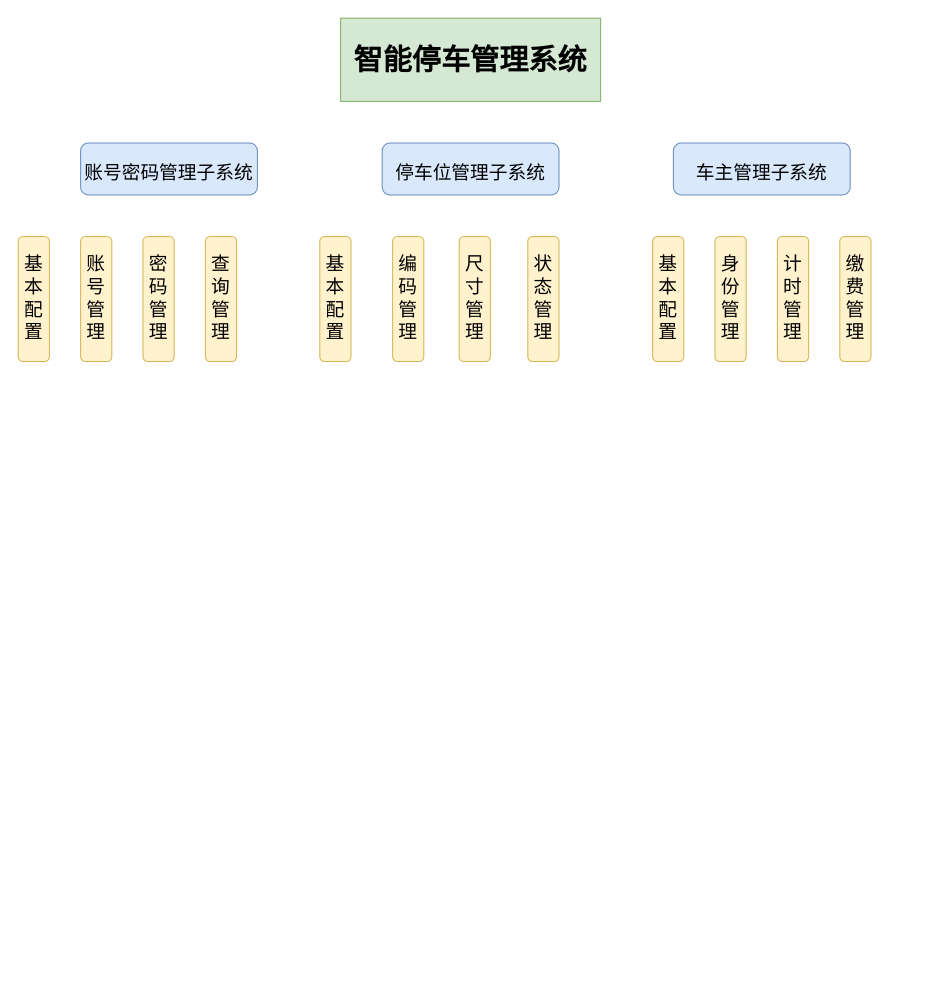
padresvater/notebook keeps this draw.io diagram as Untitled Diagram.drawio. Above is the earlier version. Source tidied: cells renumbered, new cells numbered last; positions are measured from the earlier drawing's top-left corner, leaving out a move shared by most shapes. Both pictures are drawn from the tidied source at 104%, with x=0, y=0 at pixel (18, 18).
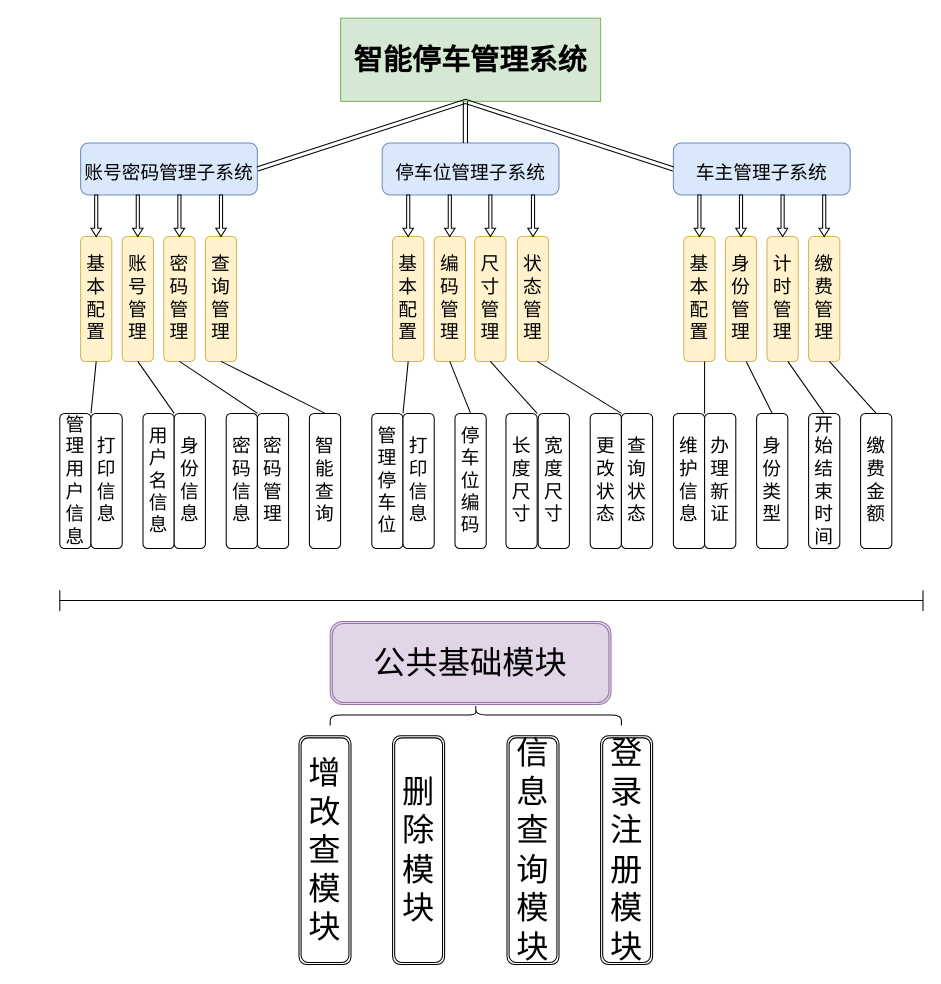
The same diagram, later.

The change refers to these unchanged cells:
```xml
<mxCell id="3" value="&lt;font style=&quot;font-size: 18px&quot;&gt;账号密码管理子系统&lt;/font&gt;" style="rounded=1;whiteSpace=wrap;html=1;fontSize=28;fillColor=#dae8fc;strokeColor=#6c8ebf;" parent="1" vertex="1">
  <mxGeometry x="60" y="120" width="170" height="50" as="geometry" />
</mxCell>
<mxCell id="5" value="&lt;span style=&quot;font-size: 18px&quot;&gt;车主管理子系统&lt;/span&gt;" style="rounded=1;whiteSpace=wrap;html=1;fontSize=28;fillColor=#dae8fc;strokeColor=#6c8ebf;" parent="1" vertex="1">
  <mxGeometry x="630" y="120" width="170" height="50" as="geometry" />
</mxCell>
<mxCell id="9" value="查询管理" style="rounded=1;whiteSpace=wrap;html=1;fontSize=18;direction=south;fillColor=#fff2cc;strokeColor=#d6b656;" parent="1" vertex="1">
  <mxGeometry x="180" y="210" width="30" height="120" as="geometry" />
</mxCell>
```

The edit, as a diff of the source:
```diff
@@
     <mxCell id="6" value="基本配置" style="rounded=1;whiteSpace=wrap;html=1;fontSize=18;direction=south;fillColor=#fff2cc;strokeColor=#d6b656;" parent="1" vertex="1">
-      <mxGeometry y="210" width="30" height="120" as="geometry" />
+      <mxGeometry x="60" y="210" width="30" height="120" as="geometry" />
     </mxCell>
     <mxCell id="7" value="账号管理" style="rounded=1;whiteSpace=wrap;html=1;fontSize=18;direction=south;fillColor=#fff2cc;strokeColor=#d6b656;" parent="1" vertex="1">
-      <mxGeometry x="60" y="210" width="30" height="120" as="geometry" />
+      <mxGeometry x="100" y="210" width="30" height="120" as="geometry" />
     </mxCell>
     <mxCell id="8" value="密码管理" style="rounded=1;whiteSpace=wrap;html=1;fontSize=18;direction=south;fillColor=#fff2cc;strokeColor=#d6b656;" parent="1" vertex="1">
-      <mxGeometry x="120" y="210" width="30" height="120" as="geometry" />
+      <mxGeometry x="140" y="210" width="30" height="120" as="geometry" />
     </mxCell>
@@
     <mxCell id="10" value="基本配置" style="rounded=1;whiteSpace=wrap;html=1;fontSize=18;direction=south;fillColor=#fff2cc;strokeColor=#d6b656;" parent="1" vertex="1">
-      <mxGeometry x="290" y="210" width="30" height="120" as="geometry" />
+      <mxGeometry x="360" y="210" width="30" height="120" as="geometry" />
     </mxCell>
     <mxCell id="11" value="编码管理" style="rounded=1;whiteSpace=wrap;html=1;fontSize=18;direction=south;fillColor=#fff2cc;strokeColor=#d6b656;" parent="1" vertex="1">
-      <mxGeometry x="360" y="210" width="30" height="120" as="geometry" />
+      <mxGeometry x="400" y="210" width="30" height="120" as="geometry" />
     </mxCell>
     <mxCell id="12" value="尺寸管理" style="rounded=1;whiteSpace=wrap;html=1;fontSize=18;direction=south;fillColor=#fff2cc;strokeColor=#d6b656;" parent="1" vertex="1">
-      <mxGeometry x="424" y="210" width="30" height="120" as="geometry" />
+      <mxGeometry x="439" y="210" width="30" height="120" as="geometry" />
     </mxCell>
     <mxCell id="13" value="状态管理" style="rounded=1;whiteSpace=wrap;html=1;fontSize=18;direction=south;fillColor=#fff2cc;strokeColor=#d6b656;" parent="1" vertex="1">
-      <mxGeometry x="490" y="210" width="30" height="120" as="geometry" />
+      <mxGeometry x="480" y="210" width="30" height="120" as="geometry" />
     </mxCell>
     <mxCell id="14" value="基本配置" style="rounded=1;whiteSpace=wrap;html=1;fontSize=18;direction=south;fillColor=#fff2cc;strokeColor=#d6b656;" parent="1" vertex="1">
-      <mxGeometry x="610" y="210" width="30" height="120" as="geometry" />
+      <mxGeometry x="640" y="210" width="30" height="120" as="geometry" />
     </mxCell>
     <mxCell id="15" value="身份管理" style="rounded=1;whiteSpace=wrap;html=1;fontSize=18;direction=south;fillColor=#fff2cc;strokeColor=#d6b656;" parent="1" vertex="1">
-      <mxGeometry x="670" y="210" width="30" height="120" as="geometry" />
+      <mxGeometry x="680" y="210" width="30" height="120" as="geometry" />
     </mxCell>
     <mxCell id="16" value="计时管理" style="rounded=1;whiteSpace=wrap;html=1;fontSize=18;direction=south;fillColor=#fff2cc;strokeColor=#d6b656;" parent="1" vertex="1">
-      <mxGeometry x="730" y="210" width="30" height="120" as="geometry" />
+      <mxGeometry x="720" y="210" width="30" height="120" as="geometry" />
     </mxCell>
+    <mxCell id="18" style="edgeStyle=orthogonalEdgeStyle;rounded=0;jettySize=auto;html=1;exitX=0.5;exitY=1;exitDx=0;exitDy=0;fontSize=18;fontColor=#000000;" parent="1" edge="1" source="17">
+      <mxGeometry relative="1" as="geometry">
+        <mxPoint x="770" y="270" as="targetPoint" />
+      </mxGeometry>
+    </mxCell>
     <mxCell id="17" value="缴费管理" style="rounded=1;whiteSpace=wrap;html=1;fontSize=18;direction=south;fillColor=#fff2cc;strokeColor=#d6b656;" parent="1" vertex="1">
-      <mxGeometry x="790" y="210" width="30" height="120" as="geometry" />
+      <mxGeometry x="760" y="210" width="30" height="120" as="geometry" />
     </mxCell>
+    <mxCell id="19" style="shape=link;html=1;rounded=0;fontSize=18;fontColor=#000000;exitX=1;exitY=0.5;exitDx=0;exitDy=0;entryX=0;entryY=0.5;entryDx=0;entryDy=0;" parent="1" edge="1" source="3" target="5">
+      <mxGeometry relative="1" as="geometry">
+        <Array as="points">
+          <mxPoint x="430" y="80" />
+        </Array>
+      </mxGeometry>
+    </mxCell>
+    <mxCell id="20" style="shape=link;html=1;rounded=0;fontSize=18;fontColor=#000000;" parent="1" edge="1">
+      <mxGeometry relative="1" as="geometry">
+        <mxPoint x="430" y="120" as="sourcePoint" />
+        <mxPoint x="430" y="80" as="targetPoint" />
+      </mxGeometry>
+    </mxCell>
+    <mxCell id="21" style="shape=singleArrow;direction=south;whiteSpace=wrap;html=1;fontSize=18;fontColor=#000000;" parent="1" vertex="1">
+      <mxGeometry x="70" y="170" width="10" height="40" as="geometry" />
+    </mxCell>
+    <mxCell id="22" style="shape=singleArrow;direction=south;whiteSpace=wrap;html=1;fontSize=18;fontColor=#000000;" parent="1" vertex="1">
+      <mxGeometry x="110" y="170" width="10" height="40" as="geometry" />
+    </mxCell>
+    <mxCell id="23" style="shape=singleArrow;direction=south;whiteSpace=wrap;html=1;fontSize=18;fontColor=#000000;" parent="1" vertex="1">
+      <mxGeometry x="150" y="170" width="10" height="40" as="geometry" />
+    </mxCell>
+    <mxCell id="24" style="shape=singleArrow;direction=south;whiteSpace=wrap;html=1;fontSize=18;fontColor=#000000;" parent="1" vertex="1">
+      <mxGeometry x="190" y="170" width="10" height="40" as="geometry" />
+    </mxCell>
+    <mxCell id="25" style="shape=singleArrow;direction=south;whiteSpace=wrap;html=1;fontSize=18;fontColor=#000000;" parent="1" vertex="1">
+      <mxGeometry x="370" y="170" width="10" height="40" as="geometry" />
+    </mxCell>
+    <mxCell id="26" style="shape=singleArrow;direction=south;whiteSpace=wrap;html=1;fontSize=18;fontColor=#000000;" parent="1" vertex="1">
+      <mxGeometry x="410" y="170" width="10" height="40" as="geometry" />
+    </mxCell>
+    <mxCell id="27" style="shape=singleArrow;direction=south;whiteSpace=wrap;html=1;fontSize=18;fontColor=#000000;" parent="1" vertex="1">
+      <mxGeometry x="449" y="170" width="10" height="40" as="geometry" />
+    </mxCell>
+    <mxCell id="28" style="shape=singleArrow;direction=south;whiteSpace=wrap;html=1;fontSize=18;fontColor=#000000;" parent="1" vertex="1">
+      <mxGeometry x="490" y="170" width="10" height="40" as="geometry" />
+    </mxCell>
+    <mxCell id="29" style="shape=singleArrow;direction=south;whiteSpace=wrap;html=1;fontSize=18;fontColor=#000000;" parent="1" vertex="1">
+      <mxGeometry x="650" y="170" width="10" height="40" as="geometry" />
+    </mxCell>
+    <mxCell id="30" style="shape=singleArrow;direction=south;whiteSpace=wrap;html=1;fontSize=18;fontColor=#000000;" parent="1" vertex="1">
+      <mxGeometry x="690" y="170" width="10" height="40" as="geometry" />
+    </mxCell>
+    <mxCell id="31" style="shape=singleArrow;direction=south;whiteSpace=wrap;html=1;fontSize=18;fontColor=#000000;" parent="1" vertex="1">
+      <mxGeometry x="730" y="170" width="10" height="40" as="geometry" />
+    </mxCell>
+    <mxCell id="32" style="shape=singleArrow;direction=south;whiteSpace=wrap;html=1;fontSize=18;fontColor=#000000;" parent="1" vertex="1">
+      <mxGeometry x="770" y="170" width="10" height="40" as="geometry" />
+    </mxCell>
+    <mxCell id="33" value="管理用户信息" style="rounded=1;whiteSpace=wrap;html=1;fontSize=18;fontColor=#000000;" parent="1" vertex="1">
+      <mxGeometry x="40" y="380" width="30" height="130" as="geometry" />
+    </mxCell>
+    <mxCell id="34" value="打印信息" style="rounded=1;whiteSpace=wrap;html=1;fontSize=18;fontColor=#000000;" parent="1" vertex="1">
+      <mxGeometry x="70" y="380" width="30" height="130" as="geometry" />
+    </mxCell>
+    <mxCell id="35" value="用户名信息" style="rounded=1;whiteSpace=wrap;html=1;fontSize=18;fontColor=#000000;" parent="1" vertex="1">
+      <mxGeometry x="120" y="380" width="30" height="130" as="geometry" />
+    </mxCell>
+    <mxCell id="36" value="身份信息" style="rounded=1;whiteSpace=wrap;html=1;fontSize=18;fontColor=#000000;" parent="1" vertex="1">
+      <mxGeometry x="150" y="380" width="30" height="130" as="geometry" />
+    </mxCell>
+    <mxCell id="37" value="密码信息" style="rounded=1;whiteSpace=wrap;html=1;fontSize=18;fontColor=#000000;" parent="1" vertex="1">
+      <mxGeometry x="200" y="380" width="30" height="130" as="geometry" />
+    </mxCell>
+    <mxCell id="38" value="密码管理" style="rounded=1;whiteSpace=wrap;html=1;fontSize=18;fontColor=#000000;" parent="1" vertex="1">
+      <mxGeometry x="230" y="380" width="30" height="130" as="geometry" />
+    </mxCell>
+    <mxCell id="39" value="智能查询" style="rounded=1;whiteSpace=wrap;html=1;fontSize=18;fontColor=#000000;" parent="1" vertex="1">
+      <mxGeometry x="280" y="380" width="30" height="130" as="geometry" />
+    </mxCell>
+    <mxCell id="40" value="管理停车位" style="rounded=1;whiteSpace=wrap;html=1;fontSize=18;fontColor=#000000;" parent="1" vertex="1">
+      <mxGeometry x="340" y="380" width="30" height="130" as="geometry" />
+    </mxCell>
+    <mxCell id="41" value="打印信息" style="rounded=1;whiteSpace=wrap;html=1;fontSize=18;fontColor=#000000;" parent="1" vertex="1">
+      <mxGeometry x="370" y="380" width="30" height="130" as="geometry" />
+    </mxCell>
+    <mxCell id="42" value="停车位编码" style="rounded=1;whiteSpace=wrap;html=1;fontSize=18;fontColor=#000000;" parent="1" vertex="1">
+      <mxGeometry x="420" y="380" width="30" height="130" as="geometry" />
+    </mxCell>
+    <mxCell id="43" style="edgeStyle=orthogonalEdgeStyle;rounded=0;jettySize=auto;html=1;exitX=1;exitY=0.75;exitDx=0;exitDy=0;fontSize=18;fontColor=#000000;" parent="1" edge="1" source="44">
+      <mxGeometry relative="1" as="geometry">
+        <mxPoint x="490" y="478" as="targetPoint" />
+      </mxGeometry>
+    </mxCell>
+    <mxCell id="44" value="长度尺寸" style="rounded=1;whiteSpace=wrap;html=1;fontSize=18;fontColor=#000000;" parent="1" vertex="1">
+      <mxGeometry x="469" y="380" width="30" height="130" as="geometry" />
+    </mxCell>
+    <mxCell id="45" value="宽度尺寸" style="rounded=1;whiteSpace=wrap;html=1;fontSize=18;fontColor=#000000;" parent="1" vertex="1">
+      <mxGeometry x="500" y="380" width="30" height="130" as="geometry" />
+    </mxCell>
+    <mxCell id="46" value="更改状态" style="rounded=1;whiteSpace=wrap;html=1;fontSize=18;fontColor=#000000;" parent="1" vertex="1">
+      <mxGeometry x="550" y="380" width="30" height="130" as="geometry" />
+    </mxCell>
+    <mxCell id="47" value="查询状态" style="rounded=1;whiteSpace=wrap;html=1;fontSize=18;fontColor=#000000;" parent="1" vertex="1">
+      <mxGeometry x="580" y="380" width="30" height="130" as="geometry" />
+    </mxCell>
+    <mxCell id="48" value="维护信息" style="rounded=1;whiteSpace=wrap;html=1;fontSize=18;fontColor=#000000;" parent="1" vertex="1">
+      <mxGeometry x="630" y="380" width="30" height="130" as="geometry" />
+    </mxCell>
+    <mxCell id="49" value="办理新证" style="rounded=1;whiteSpace=wrap;html=1;fontSize=18;fontColor=#000000;" parent="1" vertex="1">
+      <mxGeometry x="660" y="380" width="30" height="130" as="geometry" />
+    </mxCell>
+    <mxCell id="50" value="身份类型" style="rounded=1;whiteSpace=wrap;html=1;fontSize=18;fontColor=#000000;" parent="1" vertex="1">
+      <mxGeometry x="710" y="380" width="30" height="130" as="geometry" />
+    </mxCell>
+    <mxCell id="51" value="开始结束时间" style="rounded=1;whiteSpace=wrap;html=1;fontSize=18;fontColor=#000000;" parent="1" vertex="1">
+      <mxGeometry x="760" y="380" width="30" height="130" as="geometry" />
+    </mxCell>
+    <mxCell id="52" value="缴费金额" style="rounded=1;whiteSpace=wrap;html=1;fontSize=18;fontColor=#000000;" parent="1" vertex="1">
+      <mxGeometry x="810" y="380" width="30" height="130" as="geometry" />
+    </mxCell>
+    <mxCell id="53" style="endArrow=none;html=1;rounded=0;fontSize=18;fontColor=#000000;exitX=0;exitY=0;exitDx=0;exitDy=0;entryX=1;entryY=0.5;entryDx=0;entryDy=0;" parent="1" edge="1" source="34" target="6">
+      <mxGeometry relative="1" as="geometry" />
+    </mxCell>
+    <mxCell id="54" style="endArrow=none;html=1;rounded=0;fontSize=18;fontColor=#000000;entryX=1;entryY=0.5;entryDx=0;entryDy=0;" parent="1" edge="1" target="7">
+      <mxGeometry relative="1" as="geometry">
+        <mxPoint x="150" y="380" as="sourcePoint" />
+      </mxGeometry>
+    </mxCell>
+    <mxCell id="55" style="endArrow=none;html=1;rounded=0;fontSize=18;fontColor=#000000;entryX=1;entryY=0.5;entryDx=0;entryDy=0;exitX=0;exitY=0;exitDx=0;exitDy=0;" parent="1" edge="1" source="38" target="8">
+      <mxGeometry relative="1" as="geometry" />
+    </mxCell>
+    <mxCell id="56" style="endArrow=none;html=1;rounded=0;fontSize=18;fontColor=#000000;entryX=1;entryY=0.5;entryDx=0;entryDy=0;exitX=0.5;exitY=0;exitDx=0;exitDy=0;" parent="1" edge="1" source="39" target="9">
+      <mxGeometry relative="1" as="geometry" />
+    </mxCell>
+    <mxCell id="57" style="endArrow=none;html=1;rounded=0;fontSize=18;fontColor=#000000;entryX=1;entryY=0.5;entryDx=0;entryDy=0;exitX=1;exitY=0;exitDx=0;exitDy=0;" parent="1" edge="1" source="40" target="10">
+      <mxGeometry relative="1" as="geometry" />
+    </mxCell>
+    <mxCell id="58" style="endArrow=none;html=1;rounded=0;fontSize=18;fontColor=#000000;entryX=1;entryY=0.5;entryDx=0;entryDy=0;exitX=0.5;exitY=0;exitDx=0;exitDy=0;" parent="1" edge="1" source="42" target="11">
+      <mxGeometry relative="1" as="geometry" />
+    </mxCell>
+    <mxCell id="59" style="endArrow=none;html=1;rounded=0;fontSize=18;fontColor=#000000;exitX=1;exitY=0;exitDx=0;exitDy=0;" parent="1" edge="1" source="44">
+      <mxGeometry relative="1" as="geometry">
+        <mxPoint x="454" y="330" as="targetPoint" />
+      </mxGeometry>
+    </mxCell>
+    <mxCell id="60" style="endArrow=none;html=1;rounded=0;fontSize=18;fontColor=#000000;exitX=1;exitY=0;exitDx=0;exitDy=0;" parent="1" edge="1" source="46">
+      <mxGeometry relative="1" as="geometry">
+        <mxPoint x="499" y="330" as="targetPoint" />
+      </mxGeometry>
+    </mxCell>
+    <mxCell id="61" style="endArrow=none;html=1;rounded=0;fontSize=18;fontColor=#000000;exitX=1;exitY=0;exitDx=0;exitDy=0;" parent="1" edge="1" source="48">
+      <mxGeometry relative="1" as="geometry">
+        <mxPoint x="660" y="330" as="targetPoint" />
+      </mxGeometry>
+    </mxCell>
+    <mxCell id="62" style="endArrow=none;html=1;rounded=0;fontSize=18;fontColor=#000000;exitX=0.5;exitY=0;exitDx=0;exitDy=0;" parent="1" edge="1" source="50">
+      <mxGeometry relative="1" as="geometry">
+        <mxPoint x="700" y="330" as="targetPoint" />
+      </mxGeometry>
+    </mxCell>
+    <mxCell id="63" style="endArrow=none;html=1;rounded=0;fontSize=18;fontColor=#000000;exitX=0.5;exitY=0;exitDx=0;exitDy=0;" parent="1" edge="1" source="51">
+      <mxGeometry relative="1" as="geometry">
+        <mxPoint x="740" y="330" as="targetPoint" />
+      </mxGeometry>
+    </mxCell>
+    <mxCell id="64" style="endArrow=none;html=1;rounded=0;fontSize=18;fontColor=#000000;exitX=0.5;exitY=0;exitDx=0;exitDy=0;" parent="1" edge="1" source="52">
+      <mxGeometry relative="1" as="geometry">
+        <mxPoint x="780" y="330" as="targetPoint" />
+      </mxGeometry>
+    </mxCell>
+    <mxCell id="65" style="shape=crossbar;whiteSpace=wrap;html=1;rounded=1;fontSize=18;fontColor=#000000;" parent="1" vertex="1">
+      <mxGeometry x="40" y="550" width="830" height="20" as="geometry" />
+    </mxCell>
+    <mxCell id="66" value="&lt;font style=&quot;font-size: 31px&quot;&gt;公共基础模块&lt;/font&gt;" style="shape=ext;double=1;rounded=1;whiteSpace=wrap;html=1;fontSize=18;fillColor=#e1d5e7;strokeColor=#9673a6;" parent="1" vertex="1">
+      <mxGeometry x="300" y="580" width="270" height="80" as="geometry" />
+    </mxCell>
+    <mxCell id="67" value="增改查模块" style="shape=ext;double=1;rounded=1;whiteSpace=wrap;html=1;fontSize=31;fontColor=#000000;direction=south;" parent="1" vertex="1">
+      <mxGeometry x="270" y="690" width="50" height="220" as="geometry" />
+    </mxCell>
+    <mxCell id="68" value="删除模块" style="shape=ext;double=1;rounded=1;whiteSpace=wrap;html=1;fontSize=31;fontColor=#000000;direction=south;" parent="1" vertex="1">
+      <mxGeometry x="360" y="690" width="50" height="220" as="geometry" />
+    </mxCell>
+    <mxCell id="69" value="信息查询模块" style="shape=ext;double=1;rounded=1;whiteSpace=wrap;html=1;fontSize=31;fontColor=#000000;direction=south;" parent="1" vertex="1">
+      <mxGeometry x="470" y="690" width="50" height="220" as="geometry" />
+    </mxCell>
+    <mxCell id="70" value="登录注册模块" style="shape=ext;double=1;rounded=1;whiteSpace=wrap;html=1;fontSize=31;fontColor=#000000;direction=south;" parent="1" vertex="1">
+      <mxGeometry x="560" y="690" width="50" height="220" as="geometry" />
+    </mxCell>
+    <mxCell id="71" style="shape=curlyBracket;whiteSpace=wrap;html=1;rounded=1;fontSize=31;fontColor=#000000;direction=south;" parent="1" vertex="1">
+      <mxGeometry x="300" y="660" width="280" height="20" as="geometry" />
+    </mxCell>
```
